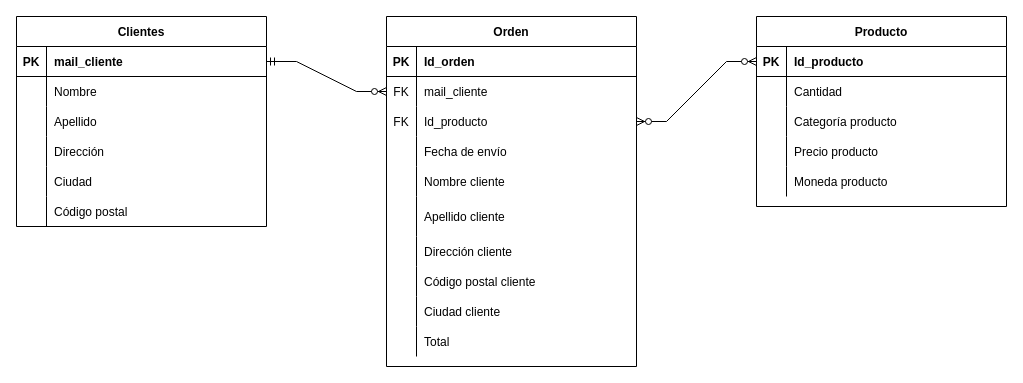
Earlier version of the draw.io diagram Diagrama sin título.drawio (gonzalogaleano95/ObligatorioJaP2). Source tidied: cells renumbered, new cells numbered last; positions are measured from the earlier drawing's top-left corner, leaving out a move shared by most shapes. Both pictures are drawn from the tidied source at 100%, with x=0, y=0 at pixel (16, 16).
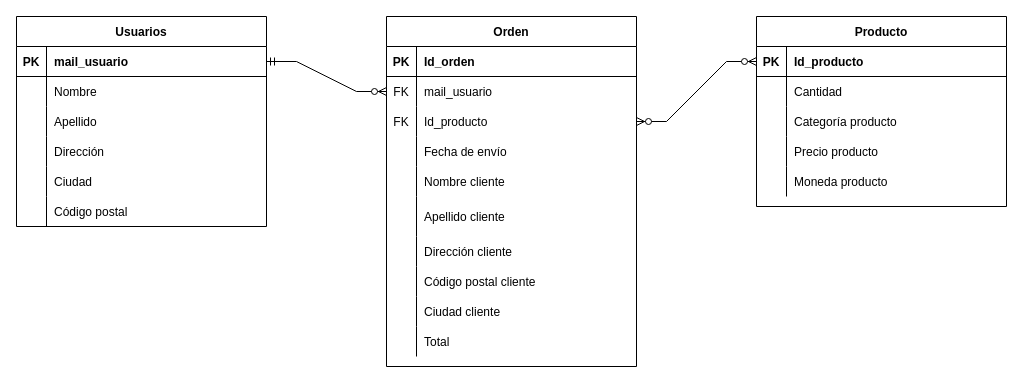
The same page after the edit.

The change refers to these unchanged cells:
```xml
<mxCell id="22" style="shape=partialRectangle;fillColor=none;points=[[0,0.5],[1,0.5]];portConstraint=eastwest;top=0;left=0;right=0;bottom=0;" parent="18" vertex="1">
  <mxGeometry y="60" width="250" height="30" as="geometry" />
</mxCell>
<mxCell id="50" style="shape=partialRectangle;fillColor=none;points=[[0,0.5],[1,0.5]];portConstraint=eastwest;top=0;left=0;right=0;bottom=1;" parent="49" vertex="1">
  <mxGeometry y="30" width="250" height="30" as="geometry" />
</mxCell>
```

What changed in the source:
```diff
@@
-    <mxCell id="24" value="mail_cliente" style="shape=partialRectangle;overflow=hidden;fillColor=none;top=0;left=0;bottom=0;right=0;align=left;spacingLeft=6;" parent="22" vertex="1">
+    <mxCell id="24" value="mail_usuario" style="shape=partialRectangle;overflow=hidden;fillColor=none;top=0;left=0;bottom=0;right=0;align=left;spacingLeft=6;" parent="22" vertex="1">
       <mxGeometry x="30" width="220" height="30" as="geometry" />
     </mxCell>
@@
-    <mxCell id="49" value="Clientes" style="shape=table;startSize=30;childLayout=tableLayout;rowLines=0;fontStyle=1;align=center;" parent="1" vertex="1">
+    <mxCell id="49" value="Usuarios" style="shape=table;startSize=30;childLayout=tableLayout;rowLines=0;fontStyle=1;align=center;" parent="1" vertex="1">
       <mxGeometry width="250" height="210" as="geometry" />
     </mxCell>
@@
-    <mxCell id="52" value="mail_cliente" style="shape=partialRectangle;overflow=hidden;fillColor=none;top=0;left=0;bottom=0;right=0;align=left;spacingLeft=6;fontStyle=1;" parent="50" vertex="1">
+    <mxCell id="52" value="mail_usuario" style="shape=partialRectangle;overflow=hidden;fillColor=none;top=0;left=0;bottom=0;right=0;align=left;spacingLeft=6;fontStyle=1;" parent="50" vertex="1">
       <mxGeometry x="30" width="220" height="30" as="geometry" />
     </mxCell>
```
